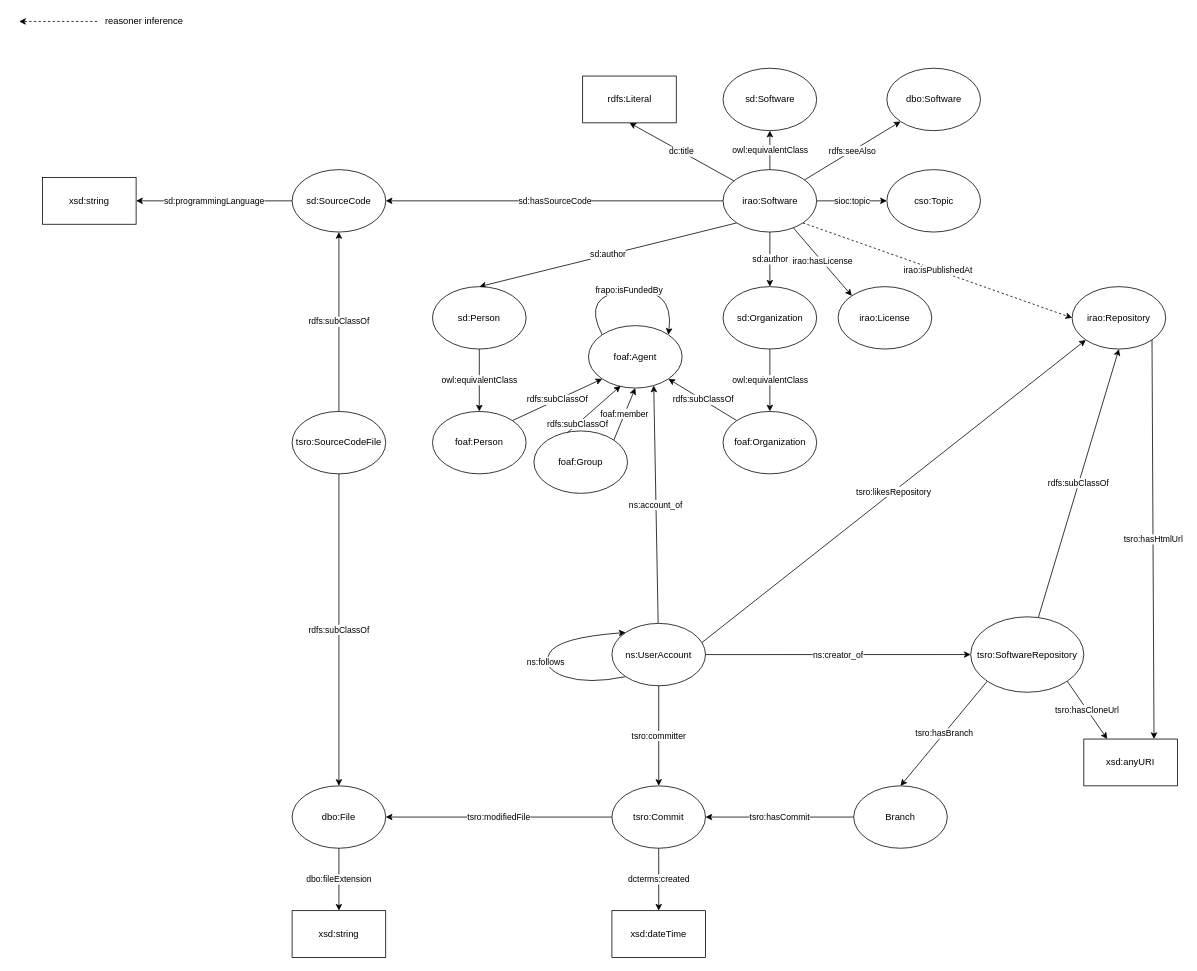
Before: ontologies/The Software Repository Ontology.drawio in sabato-nocera/tsro, a draw.io diagram. Source tidied: cells renumbered, new cells numbered last; positions are measured from the earlier drawing's top-left corner, leaving out a move shared by most shapes. Both pictures are drawn from the tidied source at 78%, with x=0, y=0 at pixel (19, 13).
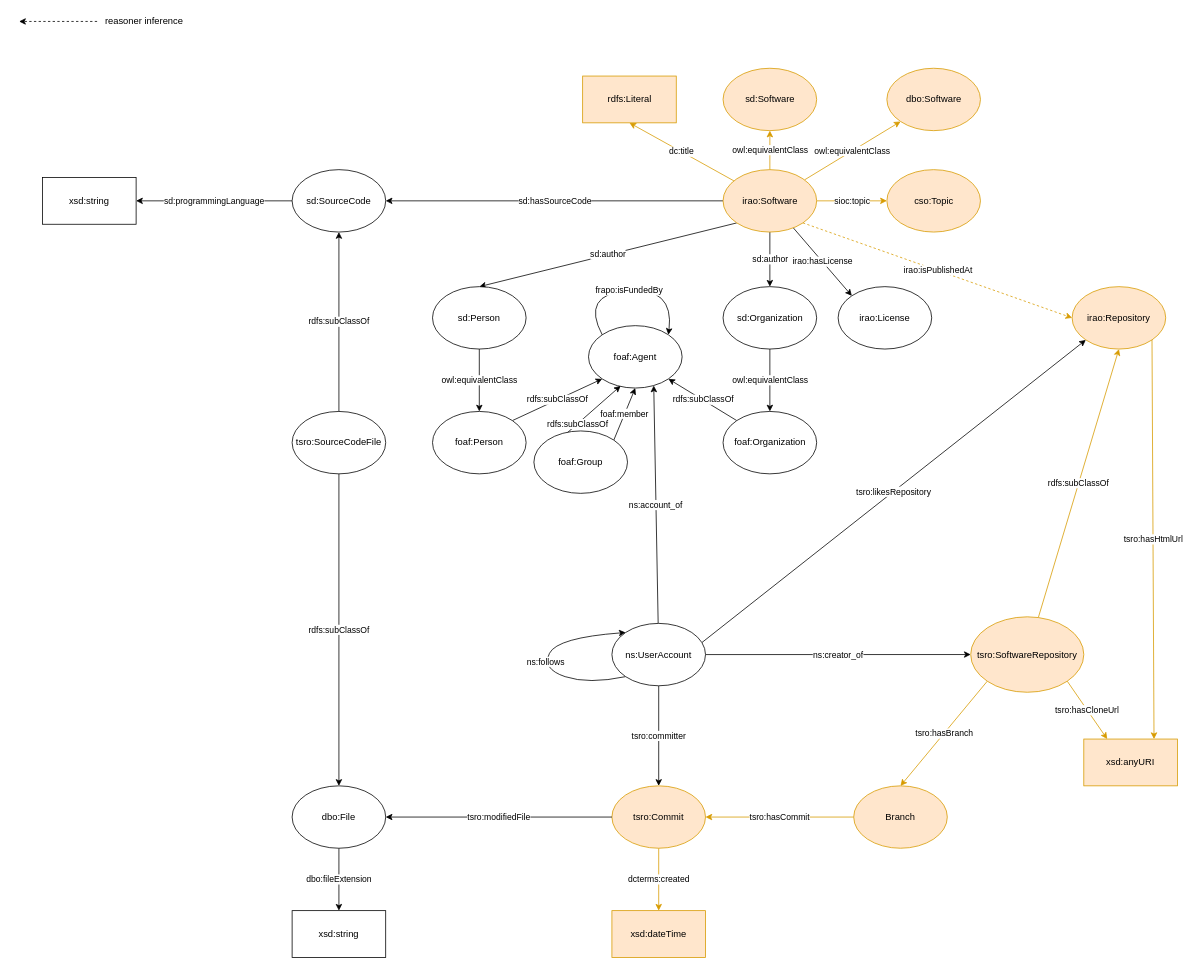
Above is the later version.

Commit message (it also covers changes not shown here):
Creazione istanze dell'ontologia

What changed in the source:
```diff
@@
-    <mxCell id="2" value="irao:Repository" style="ellipse;whiteSpace=wrap;html=1;" parent="1" vertex="1">
+    <mxCell id="2" value="irao:Repository" style="ellipse;whiteSpace=wrap;html=1;fillColor=#ffe6cc;strokeColor=#d79b00;" parent="1" vertex="1">
       <mxGeometry x="1350" y="350" width="120" height="80" as="geometry" />
     </mxCell>
@@
-    <mxCell id="5" value="dcterms:created" style="edgeStyle=none;rounded=0;jettySize=auto;html=1;entryX=0.5;entryY=0;entryDx=0;entryDy=0;" parent="1" edge="1" source="6" target="53">
+    <mxCell id="5" value="dcterms:created" style="edgeStyle=none;rounded=0;jettySize=auto;html=1;entryX=0.5;entryY=0;entryDx=0;entryDy=0;fillColor=#ffe6cc;strokeColor=#d79b00;" parent="1" edge="1" source="6" target="53">
       <mxGeometry relative="1" as="geometry" />
     </mxCell>
-    <mxCell id="6" value="tsro:Commit" style="ellipse;whiteSpace=wrap;html=1;" parent="1" vertex="1">
+    <mxCell id="6" value="tsro:Commit" style="ellipse;whiteSpace=wrap;html=1;fillColor=#ffe6cc;strokeColor=#d79b00;" parent="1" vertex="1">
       <mxGeometry x="760" y="990" width="120" height="80" as="geometry" />
     </mxCell>
-    <mxCell id="7" value="tsro:hasCommit" style="edgeStyle=none;rounded=0;jettySize=auto;html=1;entryX=1;entryY=0.5;entryDx=0;entryDy=0;" parent="1" edge="1" source="8" target="6">
+    <mxCell id="7" value="tsro:hasCommit" style="edgeStyle=none;rounded=0;jettySize=auto;html=1;entryX=1;entryY=0.5;entryDx=0;entryDy=0;fillColor=#ffe6cc;strokeColor=#d79b00;" parent="1" edge="1" source="8" target="6">
       <mxGeometry relative="1" as="geometry" />
     </mxCell>
-    <mxCell id="8" value="Branch" style="ellipse;whiteSpace=wrap;html=1;" parent="1" vertex="1">
+    <mxCell id="8" value="Branch" style="ellipse;whiteSpace=wrap;html=1;fillColor=#ffe6cc;strokeColor=#d79b00;" parent="1" vertex="1">
       <mxGeometry x="1070" y="990" width="120" height="80" as="geometry" />
     </mxCell>
-    <mxCell id="9" value="rdfs:subClassOf" style="edgeStyle=none;rounded=0;jettySize=auto;html=1;entryX=0.5;entryY=1;entryDx=0;entryDy=0;" parent="1" edge="1" source="14" target="2">
+    <mxCell id="9" value="rdfs:subClassOf" style="edgeStyle=none;rounded=0;jettySize=auto;html=1;entryX=0.5;entryY=1;entryDx=0;entryDy=0;fillColor=#ffe6cc;strokeColor=#d79b00;" parent="1" edge="1" source="14" target="2">
       <mxGeometry relative="1" as="geometry" />
     </mxCell>
@@
-    <mxCell id="11" value="tsro:hasBranch" style="edgeStyle=none;rounded=0;jettySize=auto;html=1;exitX=0;exitY=1;exitDx=0;exitDy=0;entryX=0.5;entryY=0;entryDx=0;entryDy=0;" parent="1" edge="1" source="14" target="8">
+    <mxCell id="11" value="tsro:hasBranch" style="edgeStyle=none;rounded=0;jettySize=auto;html=1;exitX=0;exitY=1;exitDx=0;exitDy=0;entryX=0.5;entryY=0;entryDx=0;entryDy=0;fillColor=#ffe6cc;strokeColor=#d79b00;" parent="1" edge="1" source="14" target="8">
       <mxGeometry relative="1" as="geometry" />
     </mxCell>
-    <mxCell id="12" value="tsro:hasCloneUrl" style="edgeStyle=none;rounded=0;jettySize=auto;html=1;exitX=1;exitY=1;exitDx=0;exitDy=0;entryX=0.25;entryY=0;entryDx=0;entryDy=0;" parent="1" edge="1" source="14" target="35">
+    <mxCell id="12" value="tsro:hasCloneUrl" style="edgeStyle=none;rounded=0;jettySize=auto;html=1;exitX=1;exitY=1;exitDx=0;exitDy=0;entryX=0.25;entryY=0;entryDx=0;entryDy=0;fillColor=#ffe6cc;strokeColor=#d79b00;" parent="1" edge="1" source="14" target="35">
       <mxGeometry relative="1" as="geometry" />
     </mxCell>
-    <mxCell id="13" value="tsro:hasHtmlUrl" style="edgeStyle=none;rounded=0;jettySize=auto;html=1;entryX=0.75;entryY=0;entryDx=0;entryDy=0;exitX=1;exitY=1;exitDx=0;exitDy=0;" parent="1" edge="1" source="2" target="35">
+    <mxCell id="13" value="tsro:hasHtmlUrl" style="edgeStyle=none;rounded=0;jettySize=auto;html=1;entryX=0.75;entryY=0;entryDx=0;entryDy=0;exitX=1;exitY=1;exitDx=0;exitDy=0;fillColor=#ffe6cc;strokeColor=#d79b00;" parent="1" edge="1" source="2" target="35">
       <mxGeometry relative="1" as="geometry" />
     </mxCell>
-    <mxCell id="14" value="tsro:SoftwareRepository" style="ellipse;whiteSpace=wrap;html=1;" parent="1" vertex="1">
+    <mxCell id="14" value="tsro:SoftwareRepository" style="ellipse;whiteSpace=wrap;html=1;fillColor=#ffe6cc;strokeColor=#d79b00;" parent="1" vertex="1">
       <mxGeometry x="1220" y="773.3" width="145" height="96.7" as="geometry" />
     </mxCell>
@@
-    <mxCell id="21" value="irao:isPublishedAt" style="edgeStyle=none;rounded=0;jettySize=auto;html=1;entryX=0;entryY=0.5;entryDx=0;entryDy=0;dashed=1;exitX=1;exitY=1;exitDx=0;exitDy=0;" parent="1" edge="1" source="30" target="2">
+    <mxCell id="21" value="irao:isPublishedAt" style="edgeStyle=none;rounded=0;jettySize=auto;html=1;entryX=0;entryY=0.5;entryDx=0;entryDy=0;dashed=1;exitX=1;exitY=1;exitDx=0;exitDy=0;fillColor=#ffe6cc;strokeColor=#d79b00;" parent="1" edge="1" source="30" target="2">
       <mxGeometry relative="1" as="geometry" />
     </mxCell>
-    <mxCell id="22" value="sioc:topic" style="edgeStyle=none;rounded=0;jettySize=auto;html=1;entryX=0;entryY=0.5;entryDx=0;entryDy=0;" parent="1" edge="1" source="30" target="34">
+    <mxCell id="22" value="sioc:topic" style="edgeStyle=none;rounded=0;jettySize=auto;html=1;entryX=0;entryY=0.5;entryDx=0;entryDy=0;fillColor=#ffe6cc;strokeColor=#d79b00;" parent="1" edge="1" source="30" target="34">
       <mxGeometry relative="1" as="geometry" />
     </mxCell>
-    <mxCell id="23" value="dc:title" style="edgeStyle=none;rounded=0;jettySize=auto;html=1;entryX=0.5;entryY=1;entryDx=0;entryDy=0;" parent="1" edge="1" source="30" target="36">
+    <mxCell id="23" value="dc:title" style="edgeStyle=none;rounded=0;jettySize=auto;html=1;entryX=0.5;entryY=1;entryDx=0;entryDy=0;fillColor=#ffe6cc;strokeColor=#d79b00;" parent="1" edge="1" source="30" target="36">
       <mxGeometry relative="1" as="geometry" />
     </mxCell>
-    <mxCell id="24" value="rdfs:seeAlso" style="edgeStyle=none;rounded=0;jettySize=auto;html=1;entryX=0;entryY=1;entryDx=0;entryDy=0;" parent="1" edge="1" source="30" target="37">
+    <mxCell id="24" value="owl:equivalentClass" style="edgeStyle=none;rounded=0;jettySize=auto;html=1;entryX=0;entryY=1;entryDx=0;entryDy=0;fillColor=#ffe6cc;strokeColor=#d79b00;" parent="1" edge="1" source="30" target="37">
       <mxGeometry relative="1" as="geometry" />
     </mxCell>
-    <mxCell id="25" value="owl:equivalentClass" style="edgeStyle=none;rounded=0;jettySize=auto;html=1;entryX=0.5;entryY=1;entryDx=0;entryDy=0;" parent="1" edge="1" source="30" target="38">
+    <mxCell id="25" value="owl:equivalentClass" style="edgeStyle=none;rounded=0;jettySize=auto;html=1;entryX=0.5;entryY=1;entryDx=0;entryDy=0;fillColor=#ffe6cc;strokeColor=#d79b00;" parent="1" edge="1" source="30" target="38">
       <mxGeometry relative="1" as="geometry" />
     </mxCell>
@@
-    <mxCell id="30" value="irao:Software" style="ellipse;whiteSpace=wrap;html=1;" parent="1" vertex="1">
+    <mxCell id="30" value="irao:Software" style="ellipse;whiteSpace=wrap;html=1;fillColor=#ffe6cc;strokeColor=#d79b00;" parent="1" vertex="1">
       <mxGeometry x="902.5" y="200" width="120" height="80" as="geometry" />
     </mxCell>
@@
-    <mxCell id="34" value="cso:Topic" style="ellipse;whiteSpace=wrap;html=1;" parent="1" vertex="1">
+    <mxCell id="34" value="cso:Topic" style="ellipse;whiteSpace=wrap;html=1;fillColor=#ffe6cc;strokeColor=#d79b00;" parent="1" vertex="1">
       <mxGeometry x="1112.5" y="200" width="120" height="80" as="geometry" />
     </mxCell>
-    <mxCell id="35" value="xsd:anyURI" style="whiteSpace=wrap;html=1;" parent="1" vertex="1">
+    <mxCell id="35" value="xsd:anyURI" style="whiteSpace=wrap;html=1;fillColor=#ffe6cc;strokeColor=#d79b00;" parent="1" vertex="1">
       <mxGeometry x="1365" y="930" width="120" height="60" as="geometry" />
     </mxCell>
-    <mxCell id="36" value="rdfs:Literal" style="whiteSpace=wrap;html=1;" parent="1" vertex="1">
+    <mxCell id="36" value="rdfs:Literal" style="whiteSpace=wrap;html=1;fillColor=#ffe6cc;strokeColor=#d79b00;" parent="1" vertex="1">
       <mxGeometry x="722.5" y="80" width="120" height="60" as="geometry" />
     </mxCell>
-    <mxCell id="37" value="dbo:Software" style="ellipse;whiteSpace=wrap;html=1;" parent="1" vertex="1">
+    <mxCell id="37" value="dbo:Software" style="ellipse;whiteSpace=wrap;html=1;fillColor=#ffe6cc;strokeColor=#d79b00;" parent="1" vertex="1">
       <mxGeometry x="1112.5" y="70" width="120" height="80" as="geometry" />
     </mxCell>
-    <mxCell id="38" value="sd:Software" style="ellipse;whiteSpace=wrap;html=1;" parent="1" vertex="1">
+    <mxCell id="38" value="sd:Software" style="ellipse;whiteSpace=wrap;html=1;fillColor=#ffe6cc;strokeColor=#d79b00;" parent="1" vertex="1">
       <mxGeometry x="902.5" y="70" width="120" height="80" as="geometry" />
     </mxCell>
@@
-    <mxCell id="53" value="xsd:dateTime" style="whiteSpace=wrap;html=1;" parent="1" vertex="1">
+    <mxCell id="53" value="xsd:dateTime" style="whiteSpace=wrap;html=1;fillColor=#ffe6cc;strokeColor=#d79b00;" parent="1" vertex="1">
       <mxGeometry x="760" y="1150" width="120" height="60" as="geometry" />
     </mxCell>
```
